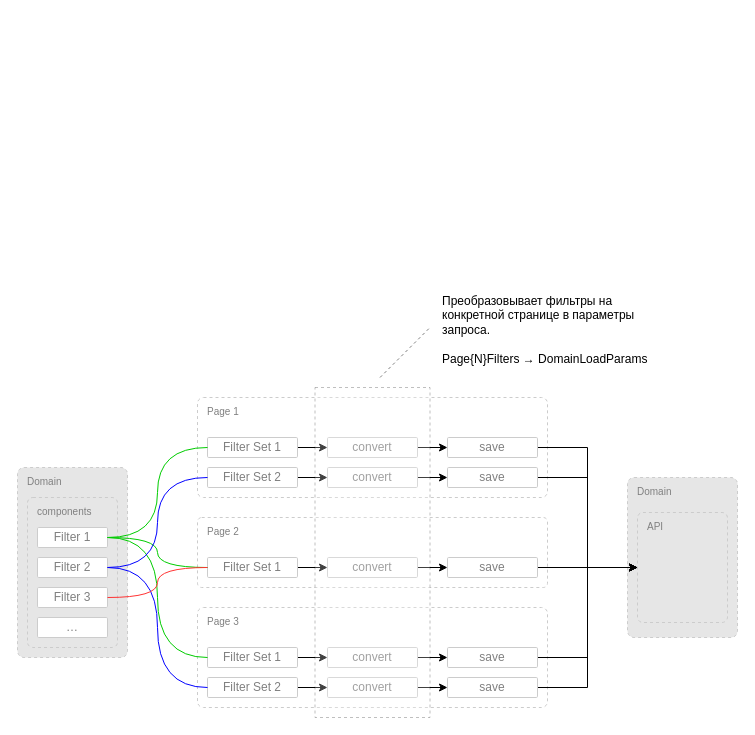
Before: domain-filters.drawio in ajile/draw-io, a draw.io diagram. Source tidied: cells renumbered, new cells numbered last; positions are measured from the earlier drawing's top-left corner, leaving out a move shared by most shapes. Both pictures are drawn from the tidied source at 100%, with x=0, y=0 at pixel (17, 287).
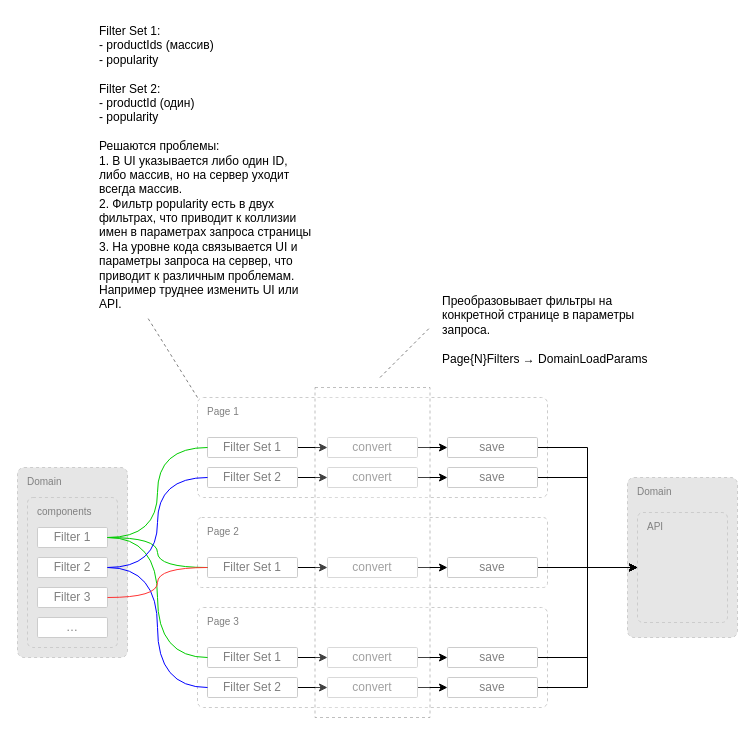
The same page after the edit.

The change refers to these unchanged cells:
```xml
<mxCell id="9" value="Page 1" style="rounded=1;whiteSpace=wrap;html=1;align=left;verticalAlign=top;spacingLeft=8;fontColor=#808080;strokeColor=#CCCCCC;dashed=1;spacingTop=2;arcSize=6;fontStyle=0;fontSize=10;" parent="1" vertex="1">
  <mxGeometry x="180" y="110" width="350" height="100" as="geometry" />
</mxCell>
```

Change to the diagram source:
```diff
@@
+    <mxCell id="52" style="endArrow=none;dashed=1;html=1;strokeWidth=1;rounded=0;strokeColor=#808080;exitX=0;exitY=0;exitDx=0;exitDy=0;" parent="1" edge="1" source="9">
+      <mxGeometry relative="1" as="geometry">
+        <mxPoint x="130" y="30" as="targetPoint" />
+      </mxGeometry>
+    </mxCell>
+    <mxCell id="53" value="Filter Set 1:&lt;div&gt;-&amp;nbsp;productIds (массив)&lt;/div&gt;&lt;div&gt;-&amp;nbsp;popularity&lt;/div&gt;&lt;div&gt;&lt;br&gt;&lt;/div&gt;&lt;div&gt;Filter Set 2:&lt;div&gt;-&amp;nbsp;productId (один)&lt;/div&gt;&lt;div&gt;-&amp;nbsp;popularity&lt;/div&gt;&lt;/div&gt;&lt;div&gt;&lt;br&gt;&lt;/div&gt;&lt;div&gt;Решаются проблемы:&lt;/div&gt;&lt;div&gt;1. В UI указывается либо один ID, либо массив, но на сервер уходит всегда массив.&lt;/div&gt;&lt;div&gt;2. Фильтр&amp;nbsp;&lt;span style=&quot;background-color: transparent; color: light-dark(rgb(0, 0, 0), rgb(255, 255, 255));&quot;&gt;popularity есть в двух фильтрах, что приводит к коллизии имен в параметрах запроса страницы&lt;/span&gt;&lt;/div&gt;&lt;div&gt;&lt;span style=&quot;background-color: transparent; color: light-dark(rgb(0, 0, 0), rgb(255, 255, 255));&quot;&gt;3. На уровне кода связывается UI и параметры запроса на сервер, что приводит к различным проблемам. Например труднее изменить UI или API.&lt;/span&gt;&lt;/div&gt;" style="text;html=1;align=left;verticalAlign=top;whiteSpace=wrap;rounded=0;" parent="1" vertex="1">
+      <mxGeometry x="80" y="-270" width="217.5" height="290" as="geometry" />
+    </mxCell>
```
